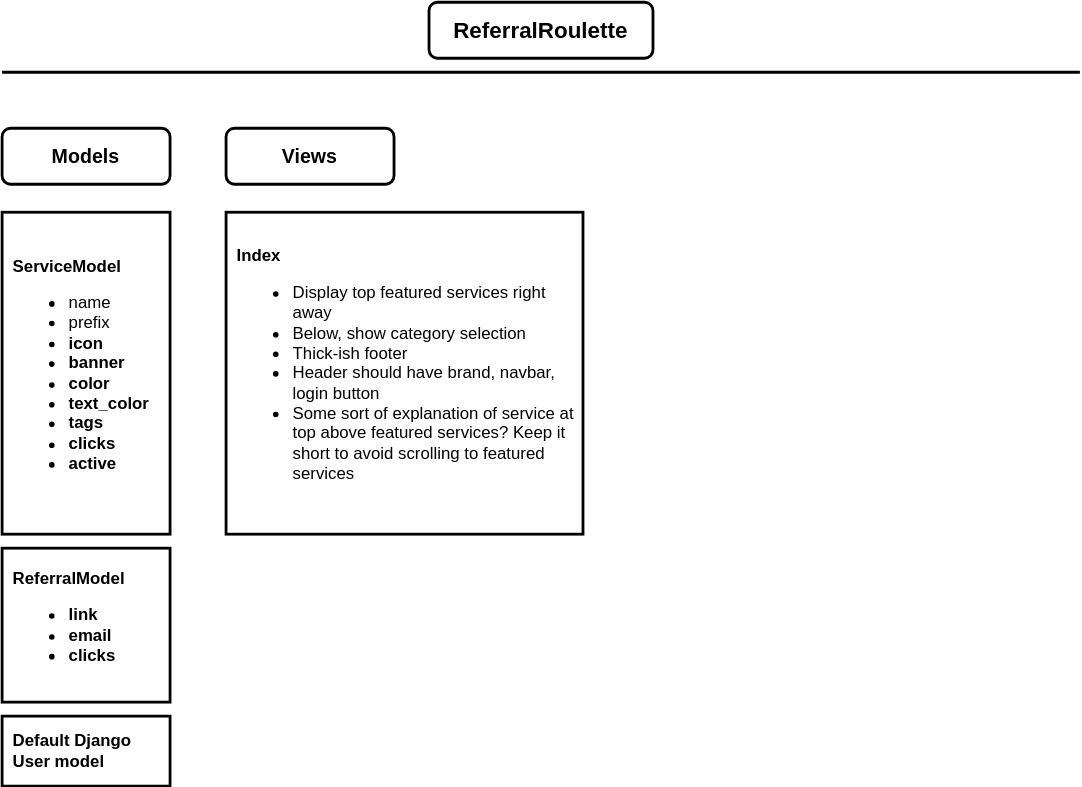
Above: projectplanning.drawio.svg in vasilzhigilei/ReferralRoulette (draw.io), before the change. Source tidied: cells renumbered, new cells last; positions are measured from the earlier drawing's top-left corner, leaving out a move shared by most shapes. Source of this version:
```xml
<mxGraphModel>
  <root>
    <mxCell id="0" />
    <mxCell id="1" parent="0" />
    <mxCell id="2" value="&lt;font style=&quot;font-size: 16px&quot;&gt;ReferralRoulette&lt;/font&gt;" style="rounded=1;whiteSpace=wrap;html=1;fontStyle=1;strokeWidth=2;" parent="1" vertex="1">
      <mxGeometry x="305" width="160" height="40" as="geometry" />
    </mxCell>
    <mxCell id="3" style="endArrow=none;html=1;strokeWidth=2;" parent="1" edge="1">
      <mxGeometry relative="1" as="geometry">
        <mxPoint y="50" as="sourcePoint" />
        <mxPoint x="770" y="50" as="targetPoint" />
      </mxGeometry>
    </mxCell>
    <mxCell id="4" value="&lt;font style=&quot;font-size: 14px&quot;&gt;&lt;b&gt;Models&lt;/b&gt;&lt;/font&gt;" style="rounded=1;whiteSpace=wrap;html=1;strokeWidth=2;" parent="1" vertex="1">
      <mxGeometry y="90" width="120" height="40" as="geometry" />
    </mxCell>
    <mxCell id="5" style="edgeStyle=orthogonalEdgeStyle;rounded=0;orthogonalLoop=1;jettySize=auto;html=1;exitX=0.5;exitY=1;exitDx=0;exitDy=0;strokeWidth=2;" parent="1" edge="1" source="4" target="4">
      <mxGeometry relative="1" as="geometry" />
    </mxCell>
    <mxCell id="6" value="&lt;font style=&quot;font-size: 14px&quot;&gt;&lt;b&gt;Views&lt;br&gt;&lt;/b&gt;&lt;/font&gt;" style="rounded=1;whiteSpace=wrap;html=1;strokeWidth=2;" parent="1" vertex="1">
      <mxGeometry x="160" y="90" width="120" height="40" as="geometry" />
    </mxCell>
    <mxCell id="7" value="&lt;div&gt;&lt;b&gt;ServiceModel&lt;/b&gt;&lt;/div&gt;&lt;font style=&quot;font-size: 12px&quot;&gt;&lt;b&gt;&lt;div&gt;&lt;ul&gt;&lt;li&gt;&lt;font style=&quot;font-size: 12px&quot;&gt;&lt;b&gt;&lt;div&gt;&lt;span style=&quot;font-weight: normal&quot;&gt;name&lt;/span&gt;&lt;/div&gt;&lt;/b&gt;&lt;/font&gt;&lt;/li&gt;&lt;li&gt;&lt;div&gt;&lt;span style=&quot;font-weight: normal&quot;&gt;prefix&lt;/span&gt;&lt;/div&gt;&lt;/li&gt;&lt;li&gt;&lt;span&gt;&lt;div&gt;&lt;span&gt;icon&lt;/span&gt;&lt;/div&gt;&lt;/span&gt;&lt;/li&gt;&lt;li&gt;&lt;span&gt;&lt;div&gt;&lt;span&gt;banner&lt;/span&gt;&lt;/div&gt;&lt;/span&gt;&lt;/li&gt;&lt;li&gt;&lt;span&gt;&lt;div&gt;&lt;span&gt;color&lt;/span&gt;&lt;/div&gt;&lt;/span&gt;&lt;/li&gt;&lt;li&gt;&lt;span&gt;&lt;div&gt;&lt;span&gt;text_color&lt;/span&gt;&lt;/div&gt;&lt;/span&gt;&lt;/li&gt;&lt;li&gt;&lt;span&gt;&lt;div&gt;&lt;span&gt;tags&lt;/span&gt;&lt;/div&gt;&lt;/span&gt;&lt;/li&gt;&lt;li&gt;&lt;span&gt;&lt;div&gt;&lt;span&gt;clicks&lt;/span&gt;&lt;/div&gt;&lt;/span&gt;&lt;/li&gt;&lt;li&gt;&lt;font style=&quot;font-size: 12px&quot;&gt;&lt;div&gt;&lt;span&gt;active&lt;/span&gt;&lt;/div&gt;&lt;/font&gt;&lt;/li&gt;&lt;/ul&gt;&lt;/div&gt;&lt;/b&gt;&lt;/font&gt;" style="rounded=0;whiteSpace=wrap;html=1;strokeWidth=2;spacing=2;align=left;spacingLeft=6;" parent="1" vertex="1">
      <mxGeometry y="150" width="120" height="230" as="geometry" />
    </mxCell>
    <mxCell id="8" value="&lt;div style=&quot;text-align: right&quot;&gt;&lt;b&gt;ReferralModel&lt;/b&gt;&lt;/div&gt;&lt;font style=&quot;font-size: 12px&quot;&gt;&lt;b&gt;&lt;ul&gt;&lt;li&gt;&lt;font style=&quot;font-size: 12px&quot;&gt;&lt;b&gt;link&lt;/b&gt;&lt;/font&gt;&lt;/li&gt;&lt;li&gt;&lt;font style=&quot;font-size: 12px&quot;&gt;&lt;b&gt;email&lt;/b&gt;&lt;/font&gt;&lt;/li&gt;&lt;li&gt;&lt;font style=&quot;font-size: 12px&quot;&gt;&lt;b&gt;clicks&lt;/b&gt;&lt;/font&gt;&lt;/li&gt;&lt;/ul&gt;&lt;/b&gt;&lt;/font&gt;" style="rounded=0;whiteSpace=wrap;html=1;strokeWidth=2;spacing=2;align=left;spacingLeft=6;" parent="1" vertex="1">
      <mxGeometry y="390" width="120" height="110" as="geometry" />
    </mxCell>
    <mxCell id="9" value="&lt;div&gt;&lt;b&gt;Default Django User model&lt;/b&gt;&lt;/div&gt;" style="rounded=0;whiteSpace=wrap;html=1;strokeWidth=2;spacing=2;align=left;spacingLeft=6;" parent="1" vertex="1">
      <mxGeometry y="510" width="120" height="50" as="geometry" />
    </mxCell>
    <mxCell id="10" value="&lt;div&gt;&lt;b&gt;Index&lt;/b&gt;&lt;/div&gt;&lt;font style=&quot;font-size: 12px&quot;&gt;&lt;ul&gt;&lt;li&gt;Display top featured services right away&lt;/li&gt;&lt;li&gt;Below, show category selection&lt;/li&gt;&lt;li&gt;Thick-ish footer&lt;/li&gt;&lt;li&gt;Header should have brand, navbar, login button&lt;/li&gt;&lt;li&gt;Some sort of explanation of service at top above featured services? Keep it short to avoid scrolling to featured services&lt;/li&gt;&lt;/ul&gt;&lt;/font&gt;" style="rounded=0;whiteSpace=wrap;html=1;strokeWidth=2;spacing=2;align=left;spacingLeft=6;" parent="1" vertex="1">
      <mxGeometry x="160" y="150" width="255" height="230" as="geometry" />
    </mxCell>
  </root>
</mxGraphModel>
```
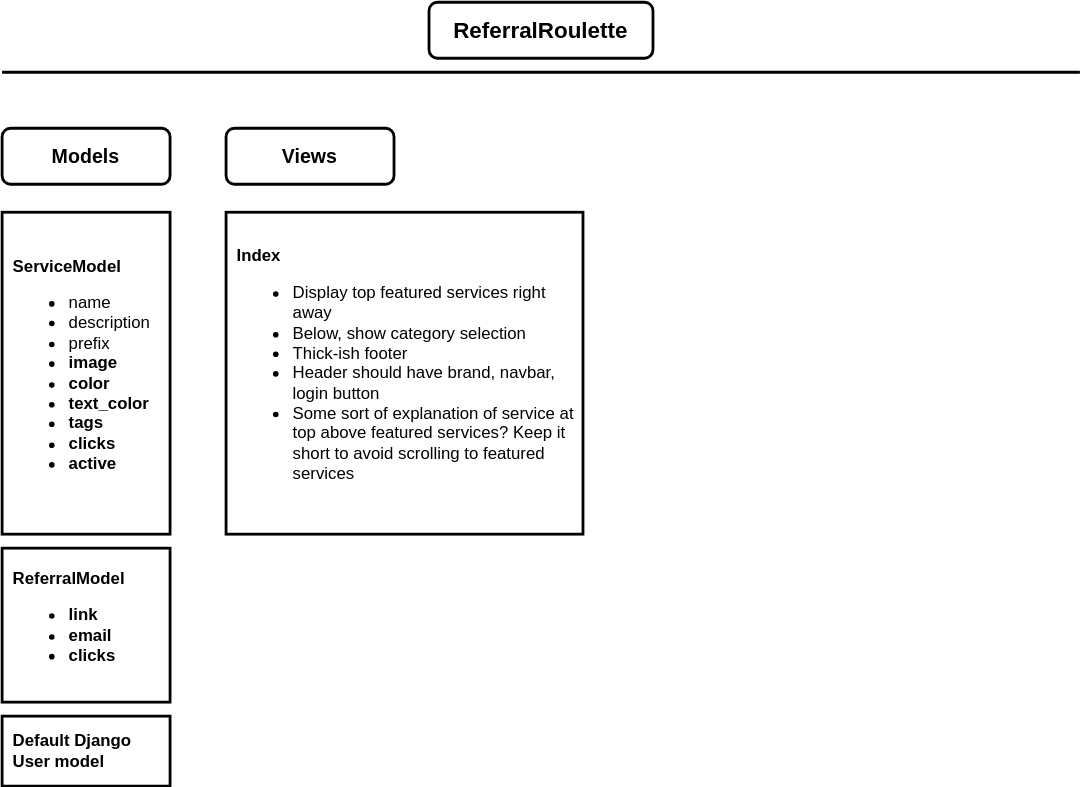
The same file after the commit.

What changed in the source:
```diff
@@ -20,7 +20,7 @@
     <mxCell id="6" value="&lt;font style=&quot;font-size: 14px&quot;&gt;&lt;b&gt;Views&lt;br&gt;&lt;/b&gt;&lt;/font&gt;" style="rounded=1;whiteSpace=wrap;html=1;strokeWidth=2;" parent="1" vertex="1">
       <mxGeometry x="160" y="90" width="120" height="40" as="geometry" />
     </mxCell>
-    <mxCell id="7" value="&lt;div&gt;&lt;b&gt;ServiceModel&lt;/b&gt;&lt;/div&gt;&lt;font style=&quot;font-size: 12px&quot;&gt;&lt;b&gt;&lt;div&gt;&lt;ul&gt;&lt;li&gt;&lt;font style=&quot;font-size: 12px&quot;&gt;&lt;b&gt;&lt;div&gt;&lt;span style=&quot;font-weight: normal&quot;&gt;name&lt;/span&gt;&lt;/div&gt;&lt;/b&gt;&lt;/font&gt;&lt;/li&gt;&lt;li&gt;&lt;div&gt;&lt;span style=&quot;font-weight: normal&quot;&gt;prefix&lt;/span&gt;&lt;/div&gt;&lt;/li&gt;&lt;li&gt;&lt;span&gt;&lt;div&gt;&lt;span&gt;icon&lt;/span&gt;&lt;/div&gt;&lt;/span&gt;&lt;/li&gt;&lt;li&gt;&lt;span&gt;&lt;div&gt;&lt;span&gt;banner&lt;/span&gt;&lt;/div&gt;&lt;/span&gt;&lt;/li&gt;&lt;li&gt;&lt;span&gt;&lt;div&gt;&lt;span&gt;color&lt;/span&gt;&lt;/div&gt;&lt;/span&gt;&lt;/li&gt;&lt;li&gt;&lt;span&gt;&lt;div&gt;&lt;span&gt;text_color&lt;/span&gt;&lt;/div&gt;&lt;/span&gt;&lt;/li&gt;&lt;li&gt;&lt;span&gt;&lt;div&gt;&lt;span&gt;tags&lt;/span&gt;&lt;/div&gt;&lt;/span&gt;&lt;/li&gt;&lt;li&gt;&lt;span&gt;&lt;div&gt;&lt;span&gt;clicks&lt;/span&gt;&lt;/div&gt;&lt;/span&gt;&lt;/li&gt;&lt;li&gt;&lt;font style=&quot;font-size: 12px&quot;&gt;&lt;div&gt;&lt;span&gt;active&lt;/span&gt;&lt;/div&gt;&lt;/font&gt;&lt;/li&gt;&lt;/ul&gt;&lt;/div&gt;&lt;/b&gt;&lt;/font&gt;" style="rounded=0;whiteSpace=wrap;html=1;strokeWidth=2;spacing=2;align=left;spacingLeft=6;" parent="1" vertex="1">
+    <mxCell id="7" value="&lt;div&gt;&lt;b&gt;ServiceModel&lt;/b&gt;&lt;/div&gt;&lt;font style=&quot;font-size: 12px&quot;&gt;&lt;b&gt;&lt;ul&gt;&lt;li&gt;&lt;font style=&quot;font-size: 12px&quot;&gt;&lt;b&gt;&lt;div&gt;&lt;span style=&quot;font-weight: normal&quot;&gt;name&lt;/span&gt;&lt;/div&gt;&lt;/b&gt;&lt;/font&gt;&lt;/li&gt;&lt;li&gt;&lt;div&gt;&lt;span style=&quot;font-weight: normal&quot;&gt;description&lt;/span&gt;&lt;/div&gt;&lt;/li&gt;&lt;li&gt;&lt;div&gt;&lt;span style=&quot;font-weight: normal&quot;&gt;prefix&lt;/span&gt;&lt;/div&gt;&lt;/li&gt;&lt;li&gt;&lt;span&gt;&lt;div&gt;&lt;span&gt;image&lt;/span&gt;&lt;/div&gt;&lt;/span&gt;&lt;/li&gt;&lt;li&gt;&lt;span&gt;&lt;div&gt;&lt;span&gt;color&lt;/span&gt;&lt;/div&gt;&lt;/span&gt;&lt;/li&gt;&lt;li&gt;&lt;span&gt;&lt;div&gt;&lt;span&gt;text_color&lt;/span&gt;&lt;/div&gt;&lt;/span&gt;&lt;/li&gt;&lt;li&gt;&lt;span&gt;&lt;div&gt;&lt;span&gt;tags&lt;/span&gt;&lt;/div&gt;&lt;/span&gt;&lt;/li&gt;&lt;li&gt;&lt;span&gt;&lt;div&gt;&lt;span&gt;clicks&lt;/span&gt;&lt;/div&gt;&lt;/span&gt;&lt;/li&gt;&lt;li&gt;&lt;font style=&quot;font-size: 12px&quot;&gt;&lt;div&gt;&lt;span&gt;active&lt;/span&gt;&lt;/div&gt;&lt;/font&gt;&lt;/li&gt;&lt;/ul&gt;&lt;/b&gt;&lt;/font&gt;" style="rounded=0;whiteSpace=wrap;html=1;strokeWidth=2;spacing=2;align=left;spacingLeft=6;" parent="1" vertex="1">
       <mxGeometry y="150" width="120" height="230" as="geometry" />
     </mxCell>
     <mxCell id="8" value="&lt;div style=&quot;text-align: right&quot;&gt;&lt;b&gt;ReferralModel&lt;/b&gt;&lt;/div&gt;&lt;font style=&quot;font-size: 12px&quot;&gt;&lt;b&gt;&lt;ul&gt;&lt;li&gt;&lt;font style=&quot;font-size: 12px&quot;&gt;&lt;b&gt;link&lt;/b&gt;&lt;/font&gt;&lt;/li&gt;&lt;li&gt;&lt;font style=&quot;font-size: 12px&quot;&gt;&lt;b&gt;email&lt;/b&gt;&lt;/font&gt;&lt;/li&gt;&lt;li&gt;&lt;font style=&quot;font-size: 12px&quot;&gt;&lt;b&gt;clicks&lt;/b&gt;&lt;/font&gt;&lt;/li&gt;&lt;/ul&gt;&lt;/b&gt;&lt;/font&gt;" style="rounded=0;whiteSpace=wrap;html=1;strokeWidth=2;spacing=2;align=left;spacingLeft=6;" parent="1" vertex="1">
```
